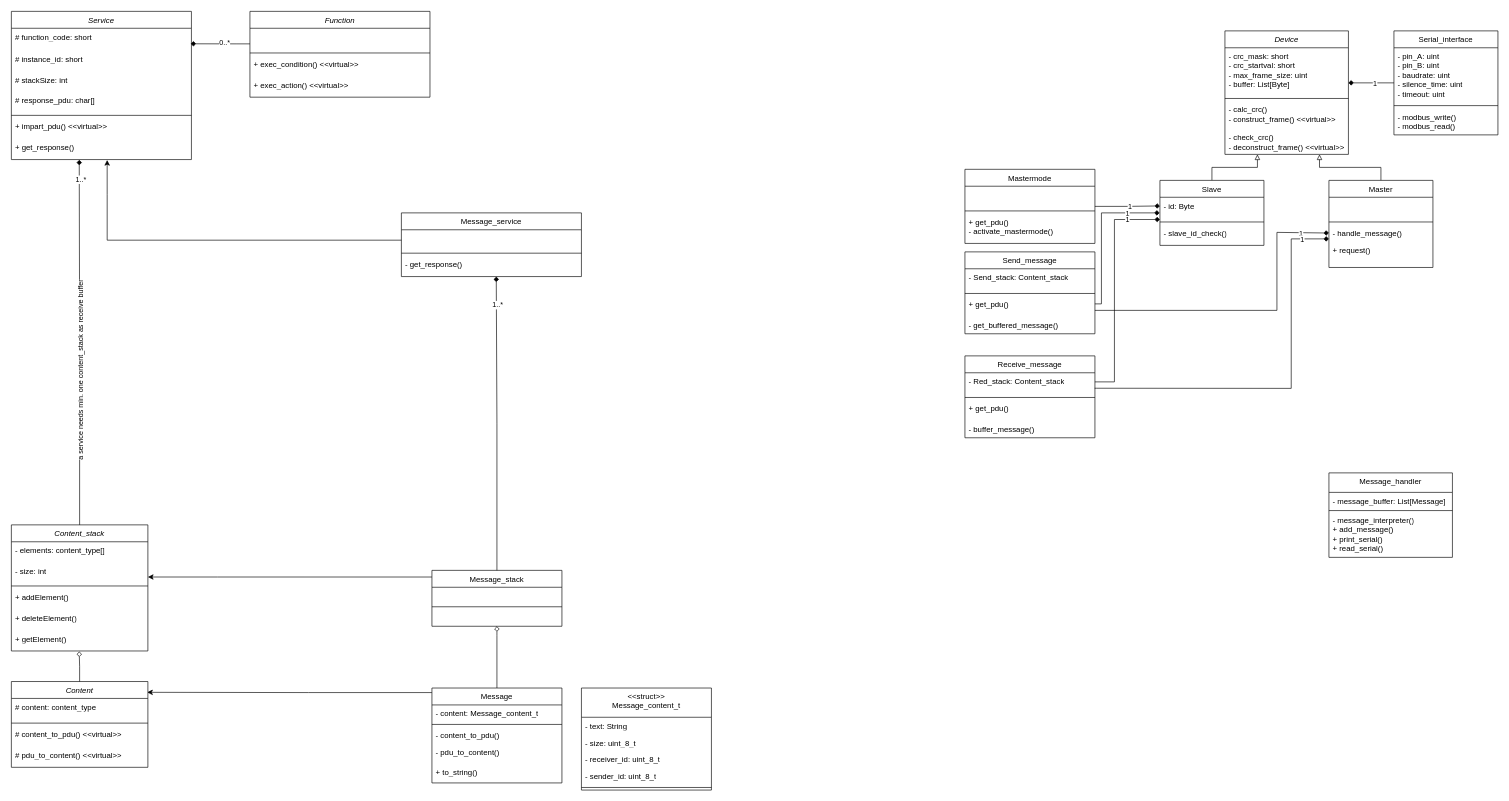
Earlier version of the draw.io diagram modbus_classdiagram.drawio (F-L-X-S/BusBricks). Source tidied: cells renumbered, new cells numbered last; positions are measured from the earlier drawing's top-left corner, leaving out a move shared by most shapes. Both pictures are drawn from the tidied source at 65%, with x=0, y=0 at pixel (11, 11).
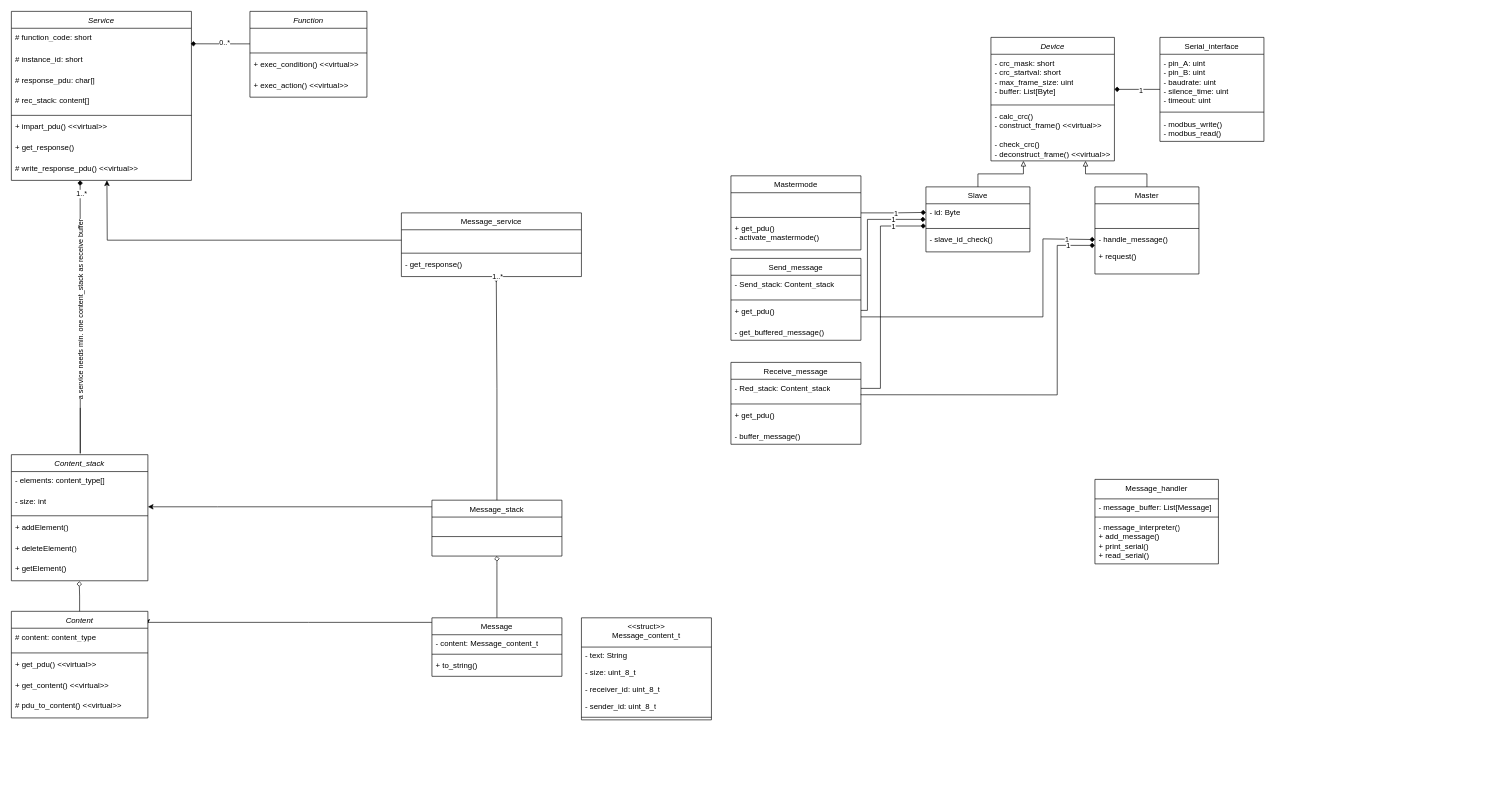
The same diagram, later.

The change refers to these unchanged cells:
```xml
<mxCell id="5" value="- calc_crc()&lt;div&gt;- construct_frame() &amp;lt;&amp;lt;virtual&amp;gt;&amp;gt;&lt;br&gt;&lt;/div&gt;&lt;div&gt;&lt;br&gt;&lt;/div&gt;&lt;div&gt;&lt;div&gt;- check_crc()&lt;/div&gt;&lt;div&gt;&lt;div&gt;- deconstruct_frame() &amp;lt;&amp;lt;virtual&amp;gt;&amp;gt;&lt;/div&gt;&lt;/div&gt;&lt;/div&gt;" style="text;strokeColor=none;fillColor=none;align=left;verticalAlign=top;spacingLeft=4;spacingRight=4;overflow=hidden;points=[[0,0.5],[1,0.5]];portConstraint=eastwest;whiteSpace=wrap;html=1;" parent="2" vertex="1">
  <mxGeometry y="108" width="190" height="82" as="geometry" />
</mxCell>
<mxCell id="8" value="- id: Byte" style="text;strokeColor=none;fillColor=none;align=left;verticalAlign=top;spacingLeft=4;spacingRight=4;overflow=hidden;points=[[0,0.5],[1,0.5]];portConstraint=eastwest;whiteSpace=wrap;html=1;" parent="7" vertex="1">
  <mxGeometry y="26" width="160" height="34" as="geometry" />
</mxCell>
<mxCell id="15" value="- handle_message()" style="text;strokeColor=none;fillColor=none;align=left;verticalAlign=top;spacingLeft=4;spacingRight=4;overflow=hidden;points=[[0,0.5],[1,0.5]];portConstraint=eastwest;whiteSpace=wrap;html=1;" parent="12" vertex="1">
  <mxGeometry y="68" width="160" height="26" as="geometry" />
</mxCell>
<mxCell id="30" value="+ get_response()&amp;nbsp;" style="text;strokeColor=none;fillColor=none;align=left;verticalAlign=top;spacingLeft=4;spacingRight=4;overflow=hidden;points=[[0,0.5],[1,0.5]];portConstraint=eastwest;whiteSpace=wrap;html=1;" parent="23" vertex="1">
  <mxGeometry y="196" width="277" height="32" as="geometry" />
</mxCell>
<mxCell id="38" value="+ get_pdu()&amp;nbsp;&lt;div&gt;&lt;br&gt;&lt;/div&gt;" style="text;strokeColor=none;fillColor=none;align=left;verticalAlign=top;spacingLeft=4;spacingRight=4;overflow=hidden;points=[[0,0.5],[1,0.5]];portConstraint=eastwest;whiteSpace=wrap;html=1;" parent="35" vertex="1">
  <mxGeometry y="68" width="200" height="32" as="geometry" />
</mxCell>
<mxCell id="45" value="- Red_stack: Content_stack" style="text;strokeColor=none;fillColor=none;align=left;verticalAlign=top;spacingLeft=4;spacingRight=4;overflow=hidden;points=[[0,0.5],[1,0.5]];portConstraint=eastwest;whiteSpace=wrap;html=1;" parent="44" vertex="1">
  <mxGeometry y="26" width="200" height="34" as="geometry" />
</mxCell>
<mxCell id="80" value="- size: int" style="text;strokeColor=none;fillColor=none;align=left;verticalAlign=top;spacingLeft=4;spacingRight=4;overflow=hidden;points=[[0,0.5],[1,0.5]];portConstraint=eastwest;whiteSpace=wrap;html=1;" parent="78" vertex="1">
  <mxGeometry y="58" width="210" height="32" as="geometry" />
</mxCell>
<mxCell id="90" value="&amp;nbsp;" style="text;strokeColor=none;fillColor=none;align=left;verticalAlign=top;spacingLeft=4;spacingRight=4;overflow=hidden;points=[[0,0.5],[1,0.5]];portConstraint=eastwest;whiteSpace=wrap;html=1;" parent="87" vertex="1">
  <mxGeometry y="60" width="200" height="26" as="geometry" />
</mxCell>
<mxCell id="102" value="&amp;nbsp;" style="text;strokeColor=none;fillColor=none;align=left;verticalAlign=top;spacingLeft=4;spacingRight=4;overflow=hidden;points=[[0,0.5],[1,0.5]];portConstraint=eastwest;whiteSpace=wrap;html=1;" parent="101" vertex="1">
  <mxGeometry y="26" width="277" height="32" as="geometry" />
</mxCell>
```

What changed in the source:
```diff
@@
     <mxCell id="2" value="&lt;span style=&quot;font-weight: normal;&quot;&gt;&lt;i&gt;Device&lt;/i&gt;&lt;/span&gt;" style="swimlane;fontStyle=1;align=center;verticalAlign=top;horizontal=1;startSize=26;whiteSpace=wrap;html=1;" parent="1" vertex="1">
-      <mxGeometry x="1867" y="30" width="190" height="190" as="geometry" />
+      <mxGeometry x="1507" y="40" width="190" height="190" as="geometry" />
     </mxCell>
@@
     <mxCell id="6" style="edgeStyle=orthogonalEdgeStyle;rounded=0;jettySize=auto;html=1;endArrow=block;endFill=0;exitX=0.5;exitY=0;exitDx=0;exitDy=0;startArrow=none;startFill=0;" parent="1" edge="1" source="7" target="5">
       <mxGeometry relative="1" as="geometry">
         <Array as="points">
-          <mxPoint x="1847" y="240" />
-          <mxPoint x="1917" y="240" />
+          <mxPoint x="1487" y="250" />
+          <mxPoint x="1557" y="250" />
         </Array>
       </mxGeometry>
     </mxCell>
     <mxCell id="7" value="&lt;span style=&quot;font-weight: normal;&quot;&gt;Slave&lt;/span&gt;" style="swimlane;fontStyle=1;align=center;verticalAlign=top;horizontal=1;startSize=26;whiteSpace=wrap;html=1;" parent="1" vertex="1">
-      <mxGeometry x="1767" y="260" width="160" height="100" as="geometry" />
+      <mxGeometry x="1407" y="270" width="160" height="100" as="geometry" />
     </mxCell>
@@
     <mxCell id="11" style="edgeStyle=orthogonalEdgeStyle;rounded=0;jettySize=auto;html=1;endArrow=block;endFill=0;startArrow=none;startFill=0;entryX=0.766;entryY=1;entryDx=0;entryDy=0;entryPerimeter=0;" parent="1" edge="1" source="12" target="5">
       <mxGeometry relative="1" as="geometry">
         <Array as="points">
-          <mxPoint x="2107" y="240" />
-          <mxPoint x="2012" y="240" />
+          <mxPoint x="1747" y="250" />
+          <mxPoint x="1652" y="250" />
         </Array>
       </mxGeometry>
     </mxCell>
     <mxCell id="12" value="&lt;span style=&quot;font-weight: normal;&quot;&gt;Master&lt;/span&gt;" style="swimlane;fontStyle=1;align=center;verticalAlign=top;horizontal=1;startSize=26;whiteSpace=wrap;html=1;" parent="1" vertex="1">
-      <mxGeometry x="2027" y="260" width="160" height="134" as="geometry" />
+      <mxGeometry x="1667" y="270" width="160" height="134" as="geometry" />
     </mxCell>
@@
     <mxCell id="17" style="edgeStyle=orthogonalEdgeStyle;rounded=0;jettySize=auto;html=1;endArrow=diamond;endFill=1;" parent="1" edge="1" source="19">
       <mxGeometry relative="1" as="geometry">
-        <mxPoint x="2057" y="110" as="targetPoint" />
+        <mxPoint x="1697" y="120" as="targetPoint" />
         <Array as="points">
-          <mxPoint x="2057" y="110" />
+          <mxPoint x="1697" y="120" />
         </Array>
       </mxGeometry>
     </mxCell>
@@
     <mxCell id="19" value="&lt;span style=&quot;font-weight: 400;&quot;&gt;Serial_interface&lt;/span&gt;" style="swimlane;fontStyle=1;align=center;verticalAlign=top;horizontal=1;startSize=26;whiteSpace=wrap;html=1;" parent="1" vertex="1">
-      <mxGeometry x="2127" y="30" width="160" height="160" as="geometry" />
+      <mxGeometry x="1767" y="40" width="160" height="160" as="geometry" />
     </mxCell>
@@
     <mxCell id="23" value="&lt;i style=&quot;font-weight: normal;&quot;&gt;Service&lt;/i&gt;" style="swimlane;fontStyle=1;align=center;verticalAlign=top;horizontal=1;startSize=26;whiteSpace=wrap;html=1;" parent="1" vertex="1">
-      <mxGeometry width="277" height="228" as="geometry" />
+      <mxGeometry width="277" height="260" as="geometry" />
     </mxCell>
@@
-    <mxCell id="26" value="# stackSize: int&amp;nbsp;" style="text;strokeColor=none;fillColor=none;align=left;verticalAlign=top;spacingLeft=4;spacingRight=4;overflow=hidden;whiteSpace=wrap;html=1;" parent="23" vertex="1">
-      <mxGeometry y="92" width="277" height="32" as="geometry" />
-    </mxCell>
     <mxCell id="27" value="# response_pdu: char[]&amp;nbsp;" style="text;strokeColor=none;fillColor=none;align=left;verticalAlign=top;spacingLeft=4;spacingRight=4;overflow=hidden;whiteSpace=wrap;html=1;" parent="23" vertex="1">
-      <mxGeometry y="124" width="277" height="32" as="geometry" />
+      <mxGeometry y="92" width="277" height="32" as="geometry" />
     </mxCell>
+    <mxCell id="108" value="# rec_stack: content[]&amp;nbsp;" style="text;strokeColor=none;fillColor=none;align=left;verticalAlign=top;spacingLeft=4;spacingRight=4;overflow=hidden;whiteSpace=wrap;html=1;" parent="23" vertex="1">
+      <mxGeometry y="124" width="277" height="32" as="geometry" />
+    </mxCell>
@@
+    <mxCell id="109" value="# write_response_pdu() &amp;lt;&amp;lt;virtual&amp;gt;&amp;gt;" style="text;strokeColor=none;fillColor=none;align=left;verticalAlign=top;spacingLeft=4;spacingRight=4;overflow=hidden;whiteSpace=wrap;html=1;" parent="23" vertex="1">
+      <mxGeometry y="228" width="277" height="32" as="geometry" />
+    </mxCell>
     <mxCell id="31" value="&lt;span style=&quot;font-weight: normal;&quot;&gt;Message_handler&lt;/span&gt;" style="swimlane;fontStyle=1;align=center;verticalAlign=top;horizontal=1;startSize=30;whiteSpace=wrap;html=1;" parent="1" vertex="1">
-      <mxGeometry x="2027" y="710" width="190" height="130" as="geometry" />
+      <mxGeometry x="1667" y="720" width="190" height="130" as="geometry" />
     </mxCell>
@@
     <mxCell id="35" value="&lt;span style=&quot;font-weight: normal;&quot;&gt;Send_message&lt;/span&gt;" style="swimlane;fontStyle=1;align=center;verticalAlign=top;horizontal=1;startSize=26;whiteSpace=wrap;html=1;" parent="1" vertex="1">
-      <mxGeometry x="1467" y="370" width="200" height="126" as="geometry" />
+      <mxGeometry x="1107" y="380" width="200" height="126" as="geometry" />
     </mxCell>
@@
     <mxCell id="40" value="&lt;span style=&quot;font-weight: 400;&quot;&gt;Mastermode&lt;/span&gt;" style="swimlane;fontStyle=1;align=center;verticalAlign=top;horizontal=1;startSize=26;whiteSpace=wrap;html=1;" parent="1" vertex="1">
-      <mxGeometry x="1467" y="243" width="200" height="114" as="geometry" />
+      <mxGeometry x="1107" y="253" width="200" height="114" as="geometry" />
     </mxCell>
@@
     <mxCell id="44" value="&lt;span style=&quot;font-weight: normal;&quot;&gt;Receive_message&lt;/span&gt;" style="swimlane;fontStyle=1;align=center;verticalAlign=top;horizontal=1;startSize=26;whiteSpace=wrap;html=1;" parent="1" vertex="1">
-      <mxGeometry x="1467" y="530" width="200" height="126" as="geometry" />
+      <mxGeometry x="1107" y="540" width="200" height="126" as="geometry" />
     </mxCell>
@@
     <mxCell id="51" style="edgeStyle=orthogonalEdgeStyle;rounded=0;jettySize=auto;html=1;endArrow=diamond;endFill=1;entryX=-0.003;entryY=0.706;entryDx=0;entryDy=0;entryPerimeter=0;" parent="1" edge="1" source="35" target="8">
       <mxGeometry relative="1" as="geometry">
         <Array as="points">
-          <mxPoint x="1677" y="450" />
-          <mxPoint x="1677" y="310" />
+          <mxPoint x="1317" y="460" />
+          <mxPoint x="1317" y="320" />
         </Array>
       </mxGeometry>
     </mxCell>
@@
     <mxCell id="53" style="edgeStyle=orthogonalEdgeStyle;rounded=0;jettySize=auto;html=1;endArrow=diamond;endFill=1;entryX=0;entryY=1.006;entryDx=0;entryDy=0;entryPerimeter=0;" parent="1" edge="1" source="44" target="8">
       <mxGeometry relative="1" as="geometry">
         <Array as="points">
-          <mxPoint x="1697" y="570" />
-          <mxPoint x="1697" y="320" />
+          <mxPoint x="1337" y="580" />
+          <mxPoint x="1337" y="330" />
         </Array>
       </mxGeometry>
     </mxCell>
@@
     <mxCell id="55" style="edgeStyle=orthogonalEdgeStyle;rounded=0;jettySize=auto;html=1;entryX=0.995;entryY=0.126;entryDx=0;entryDy=0;entryPerimeter=0;endArrow=classic;endFill=1;" parent="1" edge="1" source="57" target="67">
       <mxGeometry relative="1" as="geometry">
         <Array as="points">
-          <mxPoint x="457" y="1048" />
-          <mxPoint x="457" y="1048" />
+          <mxPoint x="457" y="940" />
+          <mxPoint x="457" y="940" />
         </Array>
       </mxGeometry>
     </mxCell>
     <mxCell id="56" style="edgeStyle=orthogonalEdgeStyle;rounded=0;jettySize=auto;html=1;endArrow=diamond;endFill=0;" parent="1" edge="1" source="57" target="90">
       <mxGeometry relative="1" as="geometry">
         <Array as="points">
-          <mxPoint x="747" y="960" />
-          <mxPoint x="747" y="960" />
+          <mxPoint x="747" y="852" />
+          <mxPoint x="747" y="852" />
         </Array>
       </mxGeometry>
     </mxCell>
     <mxCell id="57" value="&lt;span style=&quot;font-weight: 400;&quot;&gt;Message&lt;/span&gt;" style="swimlane;fontStyle=1;align=center;verticalAlign=top;horizontal=1;startSize=26;whiteSpace=wrap;html=1;" parent="1" vertex="1">
-      <mxGeometry x="647" y="1041" width="200" height="146" as="geometry" />
+      <mxGeometry x="647" y="933" width="200" height="90" as="geometry" />
     </mxCell>
@@
-    <mxCell id="60" value="- content_to_pdu()" style="text;strokeColor=none;fillColor=none;align=left;verticalAlign=top;spacingLeft=4;spacingRight=4;overflow=hidden;whiteSpace=wrap;html=1;" parent="57" vertex="1">
-      <mxGeometry y="60" width="200" height="26" as="geometry" />
-    </mxCell>
-    <mxCell id="61" value="- pdu_to_content()" style="text;strokeColor=none;fillColor=none;align=left;verticalAlign=top;spacingLeft=4;spacingRight=4;overflow=hidden;whiteSpace=wrap;html=1;" parent="57" vertex="1">
-      <mxGeometry y="86" width="200" height="30" as="geometry" />
-    </mxCell>
     <mxCell id="62" value="+ to_string()" style="text;strokeColor=none;fillColor=none;align=left;verticalAlign=top;spacingLeft=4;spacingRight=4;overflow=hidden;whiteSpace=wrap;html=1;" parent="57" vertex="1">
-      <mxGeometry y="116" width="200" height="30" as="geometry" />
+      <mxGeometry y="60" width="200" height="30" as="geometry" />
     </mxCell>
     <mxCell id="63" style="edgeStyle=orthogonalEdgeStyle;rounded=0;jettySize=auto;html=1;entryX=0;entryY=0.5;entryDx=0;entryDy=0;endArrow=diamond;endFill=1;" parent="1" edge="1" source="38" target="15">
       <mxGeometry relative="1" as="geometry">
         <Array as="points">
-          <mxPoint x="1947" y="460" />
-          <mxPoint x="1947" y="340" />
-          <mxPoint x="2027" y="340" />
+          <mxPoint x="1587" y="470" />
+          <mxPoint x="1587" y="350" />
+          <mxPoint x="1667" y="350" />
         </Array>
       </mxGeometry>
     </mxCell>
@@
     <mxCell id="65" style="edgeStyle=orthogonalEdgeStyle;rounded=0;jettySize=auto;html=1;endArrow=diamond;endFill=1;entryX=-0.011;entryY=0.846;entryDx=0;entryDy=0;entryPerimeter=0;exitX=0.998;exitY=0.699;exitDx=0;exitDy=0;exitPerimeter=0;" parent="1" edge="1" source="45">
       <mxGeometry relative="1" as="geometry">
-        <mxPoint x="2027" y="350" as="targetPoint" />
+        <mxPoint x="1667" y="360" as="targetPoint" />
         <Array as="points">
-          <mxPoint x="1669" y="580" />
-          <mxPoint x="1969" y="580" />
-          <mxPoint x="1969" y="350" />
+          <mxPoint x="1309" y="590" />
+          <mxPoint x="1609" y="590" />
+          <mxPoint x="1609" y="360" />
         </Array>
       </mxGeometry>
     </mxCell>
@@
     <mxCell id="67" value="&lt;i style=&quot;font-weight: normal;&quot;&gt;Content&lt;/i&gt;" style="swimlane;fontStyle=1;align=center;verticalAlign=top;horizontal=1;startSize=26;whiteSpace=wrap;html=1;" parent="1" vertex="1">
-      <mxGeometry y="1031" width="210" height="132" as="geometry" />
+      <mxGeometry y="923" width="210" height="164" as="geometry" />
     </mxCell>
@@
-    <mxCell id="70" value="# content_to_pdu()&amp;nbsp;&amp;lt;&amp;lt;virtual&amp;gt;&amp;gt;" style="text;strokeColor=none;fillColor=none;align=left;verticalAlign=top;spacingLeft=4;spacingRight=4;overflow=hidden;whiteSpace=wrap;html=1;" parent="67" vertex="1">
+    <mxCell id="70" value="+ get_pdu()&amp;nbsp;&amp;lt;&amp;lt;virtual&amp;gt;&amp;gt;" style="text;strokeColor=none;fillColor=none;align=left;verticalAlign=top;spacingLeft=4;spacingRight=4;overflow=hidden;whiteSpace=wrap;html=1;" parent="67" vertex="1">
       <mxGeometry y="68" width="210" height="32" as="geometry" />
     </mxCell>
-    <mxCell id="71" value="# pdu_to_content()&amp;nbsp;&amp;lt;&amp;lt;virtual&amp;gt;&amp;gt;" style="text;strokeColor=none;fillColor=none;align=left;verticalAlign=top;spacingLeft=4;spacingRight=4;overflow=hidden;whiteSpace=wrap;html=1;" parent="67" vertex="1">
+    <mxCell id="71" value="+ get_content()&amp;nbsp;&amp;lt;&amp;lt;virtual&amp;gt;&amp;gt;" style="text;strokeColor=none;fillColor=none;align=left;verticalAlign=top;spacingLeft=4;spacingRight=4;overflow=hidden;whiteSpace=wrap;html=1;" parent="67" vertex="1">
       <mxGeometry y="100" width="210" height="32" as="geometry" />
     </mxCell>
+    <mxCell id="110" value="# pdu_to_content()&amp;nbsp;&amp;lt;&amp;lt;virtual&amp;gt;&amp;gt;" style="text;strokeColor=none;fillColor=none;align=left;verticalAlign=top;spacingLeft=4;spacingRight=4;overflow=hidden;whiteSpace=wrap;html=1;" parent="67" vertex="1">
+      <mxGeometry y="132" width="210" height="32" as="geometry" />
+    </mxCell>
     <mxCell id="72" value="&lt;div&gt;&lt;span style=&quot;font-weight: 400;&quot;&gt;&amp;lt;&amp;lt;struct&amp;gt;&amp;gt;&lt;/span&gt;&lt;/div&gt;&lt;span style=&quot;font-weight: 400;&quot;&gt;Message_content_t&lt;/span&gt;" style="swimlane;fontStyle=1;align=center;verticalAlign=top;horizontal=1;startSize=45;whiteSpace=wrap;html=1;" parent="1" vertex="1">
-      <mxGeometry x="877" y="1041" width="200" height="157" as="geometry" />
+      <mxGeometry x="877" y="933" width="200" height="157" as="geometry" />
     </mxCell>
@@
     <mxCell id="78" value="&lt;i style=&quot;font-weight: normal;&quot;&gt;Content_stack&lt;/i&gt;" style="swimlane;fontStyle=1;align=center;verticalAlign=top;horizontal=1;startSize=26;whiteSpace=wrap;html=1;" parent="1" vertex="1">
-      <mxGeometry y="790" width="210" height="194" as="geometry" />
+      <mxGeometry y="682" width="210" height="194" as="geometry" />
     </mxCell>
@@
     <mxCell id="86" style="edgeStyle=orthogonalEdgeStyle;rounded=0;jettySize=auto;html=1;exitX=0;exitY=0.119;exitDx=0;exitDy=0;exitPerimeter=0;" parent="1" edge="1" source="87" target="80">
       <mxGeometry relative="1" as="geometry">
         <Array as="points">
-          <mxPoint x="317" y="870" />
-          <mxPoint x="317" y="870" />
+          <mxPoint x="317" y="762" />
+          <mxPoint x="317" y="762" />
         </Array>
       </mxGeometry>
     </mxCell>
     <mxCell id="87" value="&lt;span style=&quot;font-weight: 400;&quot;&gt;Message_stack&lt;/span&gt;" style="swimlane;fontStyle=1;align=center;verticalAlign=top;horizontal=1;startSize=26;whiteSpace=wrap;html=1;" parent="1" vertex="1">
-      <mxGeometry x="647" y="860" width="200" height="86" as="geometry" />
+      <mxGeometry x="647" y="752" width="200" height="86" as="geometry" />
     </mxCell>
@@
-    <mxCell id="91" style="edgeStyle=orthogonalEdgeStyle;rounded=0;jettySize=auto;html=1;endArrow=diamond;endFill=1;entryX=0.377;entryY=1.014;entryDx=0;entryDy=0;entryPerimeter=0;" parent="1" edge="1" source="78" target="30">
-      <mxGeometry relative="1" as="geometry" />
+    <mxCell id="91" style="edgeStyle=orthogonalEdgeStyle;rounded=0;orthogonalLoop=1;jettySize=auto;html=1;endArrow=diamond;endFill=1;" parent="1" edge="1">
+      <mxGeometry relative="1" as="geometry">
+        <mxPoint x="106" y="610" as="sourcePoint" />
+        <mxPoint x="105.8" y="260" as="targetPoint" />
+        <Array as="points">
+          <mxPoint x="106" y="680" />
+          <mxPoint x="106" y="680" />
+        </Array>
+      </mxGeometry>
     </mxCell>
     <mxCell id="92" value="1..*" style="edgeLabel;html=1;align=center;verticalAlign=middle;" parent="91" vertex="1">
       <mxGeometry x="0.06" y="-4" relative="1" as="geometry">
-        <mxPoint x="-2" y="-234" as="offset" />
+        <mxPoint x="-2" y="-209" as="offset" />
       </mxGeometry>
     </mxCell>
     <mxCell id="93" value="a service needs min. one content_stack as receive buffer" style="edgeLabel;html=1;align=center;verticalAlign=middle;rotation=-90;" parent="91" vertex="1">
       <mxGeometry x="0.45" y="-2" relative="1" as="geometry">
-        <mxPoint y="170" as="offset" />
+        <mxPoint x="-1" y="64" as="offset" />
       </mxGeometry>
     </mxCell>
@@
     <mxCell id="96" value="&lt;i style=&quot;font-weight: normal;&quot;&gt;Function&lt;/i&gt;" style="swimlane;fontStyle=1;align=center;verticalAlign=top;horizontal=1;startSize=26;whiteSpace=wrap;html=1;" parent="1" vertex="1">
-      <mxGeometry x="367" width="277" height="132" as="geometry" />
+      <mxGeometry x="367" width="180" height="132" as="geometry" />
     </mxCell>
     <mxCell id="97" value="&amp;nbsp;" style="text;strokeColor=none;fillColor=none;align=left;verticalAlign=top;spacingLeft=4;spacingRight=4;overflow=hidden;whiteSpace=wrap;html=1;" parent="96" vertex="1">
-      <mxGeometry y="26" width="277" height="34" as="geometry" />
+      <mxGeometry y="26" width="180" height="34" as="geometry" />
     </mxCell>
     <mxCell id="98" style="line;strokeWidth=1;fillColor=none;align=left;verticalAlign=middle;spacingTop=-1;spacingLeft=3;spacingRight=3;labelPosition=right;strokeColor=inherit;" parent="96" vertex="1">
-      <mxGeometry y="60" width="277" height="8" as="geometry" />
+      <mxGeometry y="60" width="180" height="8" as="geometry" />
     </mxCell>
     <mxCell id="99" value="+ exec_condition() &amp;lt;&amp;lt;virtual&amp;gt;&amp;gt;" style="text;strokeColor=none;fillColor=none;align=left;verticalAlign=top;spacingLeft=4;spacingRight=4;overflow=hidden;whiteSpace=wrap;html=1;" parent="96" vertex="1">
-      <mxGeometry y="68" width="277" height="32" as="geometry" />
+      <mxGeometry y="68" width="180" height="32" as="geometry" />
     </mxCell>
     <mxCell id="100" value="+ exec_action() &amp;lt;&amp;lt;virtual&amp;gt;&amp;gt;" style="text;strokeColor=none;fillColor=none;align=left;verticalAlign=top;spacingLeft=4;spacingRight=4;overflow=hidden;whiteSpace=wrap;html=1;" parent="96" vertex="1">
-      <mxGeometry y="100" width="277" height="32" as="geometry" />
+      <mxGeometry y="100" width="180" height="32" as="geometry" />
     </mxCell>
@@
-    <mxCell id="105" style="edgeStyle=orthogonalEdgeStyle;rounded=0;jettySize=auto;html=1;entryX=0.532;entryY=1.022;entryDx=0;entryDy=0;entryPerimeter=0;" parent="1" edge="1" source="102" target="30">
-      <mxGeometry relative="1" as="geometry" />
+    <mxCell id="105" style="edgeStyle=orthogonalEdgeStyle;rounded=0;jettySize=auto;html=1;" parent="1" edge="1" source="102">
+      <mxGeometry relative="1" as="geometry">
+        <mxPoint x="147" y="260" as="targetPoint" />
+      </mxGeometry>
     </mxCell>
```
